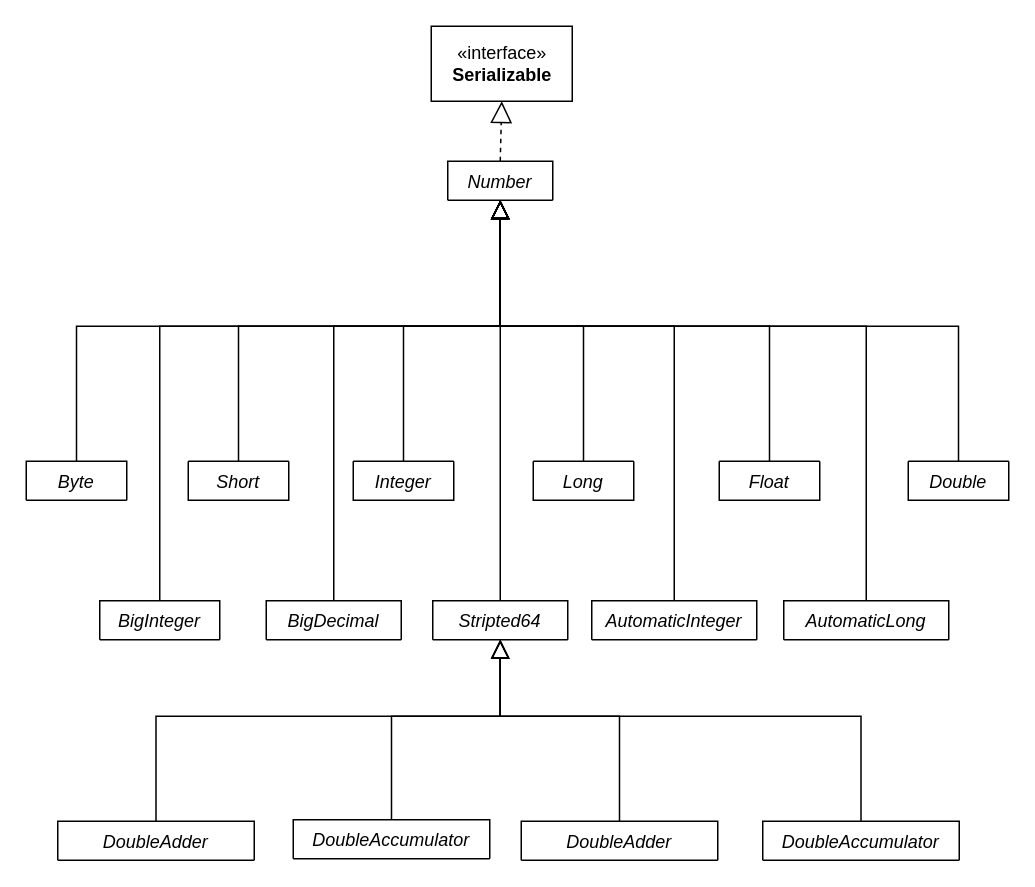
Earlier version of the draw.io diagram docs/assets/drawio/Numbers.drawio (konokol/frontend-skill-tree). Source tidied: cells renumbered, new cells numbered last; positions are measured from the earlier drawing's top-left corner, leaving out a move shared by most shapes. Both pictures are drawn from the tidied source at 150%, with x=0, y=0 at pixel (26, 26).
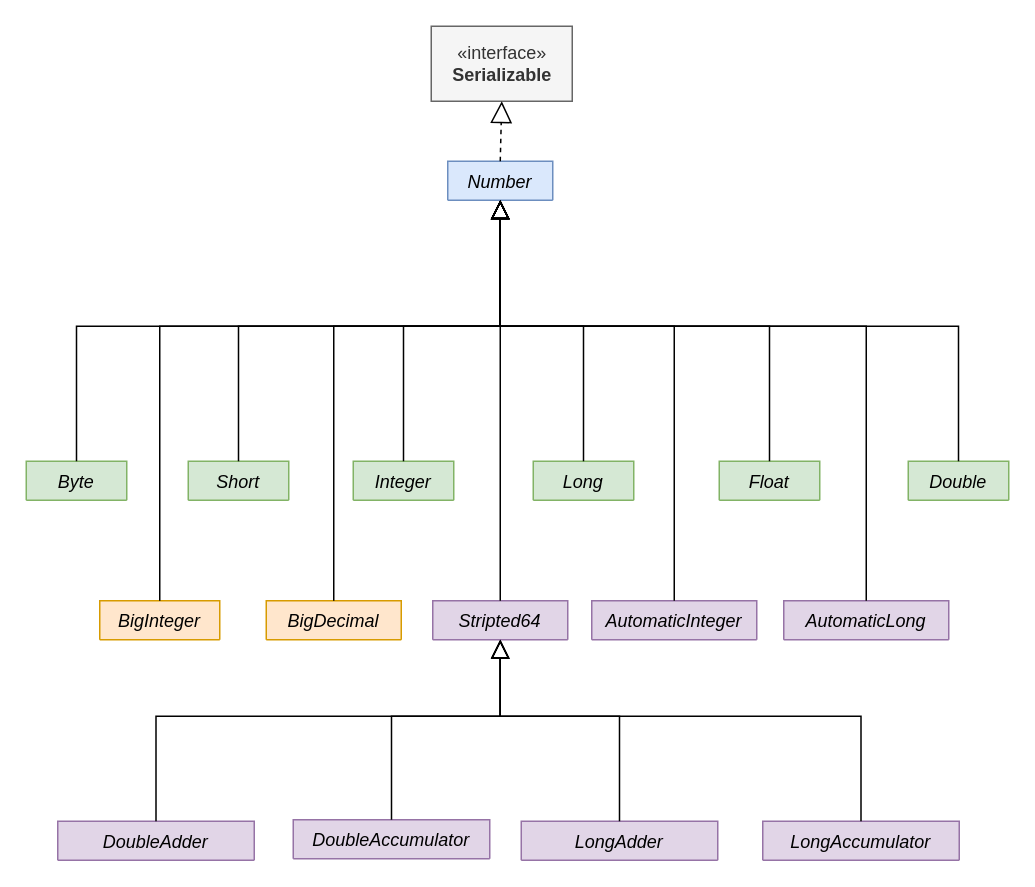
After the change.

What changed in the source:
```diff
@@
-    <mxCell id="2" value="Number" style="swimlane;fontStyle=2;align=center;verticalAlign=top;horizontal=1;startSize=30;rounded=0;shadow=0;strokeWidth=1;" parent="1" vertex="1" collapsed="1">
+    <mxCell id="2" value="Number" style="swimlane;fontStyle=2;align=center;verticalAlign=top;horizontal=1;startSize=30;rounded=0;shadow=0;strokeWidth=1;fillColor=#dae8fc;strokeColor=#6c8ebf;" parent="1" vertex="1" collapsed="1">
       <mxGeometry x="281" y="90" width="70" height="26" as="geometry" />
     </mxCell>
-    <mxCell id="3" value="Byte" style="swimlane;fontStyle=2;align=center;verticalAlign=top;horizontal=1;startSize=26;rounded=0;shadow=0;strokeWidth=1;" parent="1" vertex="1" collapsed="1">
+    <mxCell id="3" value="Byte" style="swimlane;fontStyle=2;align=center;verticalAlign=top;horizontal=1;startSize=26;rounded=0;shadow=0;strokeWidth=1;fillColor=#d5e8d4;strokeColor=#82b366;" parent="1" vertex="1" collapsed="1">
       <mxGeometry y="290" width="67" height="26" as="geometry" />
     </mxCell>
-    <mxCell id="4" value="Short" style="swimlane;fontStyle=2;align=center;verticalAlign=top;horizontal=1;startSize=0;rounded=0;shadow=0;strokeWidth=1;" parent="1" vertex="1" collapsed="1">
+    <mxCell id="4" value="Short" style="swimlane;fontStyle=2;align=center;verticalAlign=top;horizontal=1;startSize=26;rounded=0;shadow=0;strokeWidth=1;fillColor=#d5e8d4;strokeColor=#82b366;swimlaneLine=1;" parent="1" vertex="1" collapsed="1">
       <mxGeometry x="108" y="290" width="67" height="26" as="geometry" />
     </mxCell>
-    <mxCell id="5" value="Integer" style="swimlane;fontStyle=2;align=center;verticalAlign=top;horizontal=1;startSize=0;rounded=0;shadow=0;strokeWidth=1;" parent="1" vertex="1" collapsed="1">
+    <mxCell id="5" value="Integer" style="swimlane;fontStyle=2;align=center;verticalAlign=top;horizontal=1;startSize=26;rounded=0;shadow=0;strokeWidth=1;fillColor=#d5e8d4;strokeColor=#82b366;" parent="1" vertex="1" collapsed="1">
       <mxGeometry x="218" y="290" width="67" height="26" as="geometry" />
     </mxCell>
-    <mxCell id="6" value="Long" style="swimlane;fontStyle=2;align=center;verticalAlign=top;horizontal=1;startSize=0;rounded=0;shadow=0;strokeWidth=1;" parent="1" vertex="1" collapsed="1">
+    <mxCell id="6" value="Long" style="swimlane;fontStyle=2;align=center;verticalAlign=top;horizontal=1;startSize=26;rounded=0;shadow=0;strokeWidth=1;fillColor=#d5e8d4;strokeColor=#82b366;" parent="1" vertex="1" collapsed="1">
       <mxGeometry x="338" y="290" width="67" height="26" as="geometry" />
     </mxCell>
-    <mxCell id="7" value="Float" style="swimlane;fontStyle=2;align=center;verticalAlign=top;horizontal=1;startSize=0;rounded=0;shadow=0;strokeWidth=1;" parent="1" vertex="1" collapsed="1">
+    <mxCell id="7" value="Float" style="swimlane;fontStyle=2;align=center;verticalAlign=top;horizontal=1;startSize=26;rounded=0;shadow=0;strokeWidth=1;fillColor=#d5e8d4;strokeColor=#82b366;" parent="1" vertex="1" collapsed="1">
       <mxGeometry x="462" y="290" width="67" height="26" as="geometry" />
     </mxCell>
-    <mxCell id="8" value="Double" style="swimlane;fontStyle=2;align=center;verticalAlign=top;horizontal=1;startSize=0;rounded=0;shadow=0;strokeWidth=1;" parent="1" vertex="1" collapsed="1">
+    <mxCell id="8" value="Double" style="swimlane;fontStyle=2;align=center;verticalAlign=top;horizontal=1;startSize=26;rounded=0;shadow=0;strokeWidth=1;fillColor=#d5e8d4;strokeColor=#82b366;" parent="1" vertex="1" collapsed="1">
       <mxGeometry x="588" y="290" width="67" height="26" as="geometry" />
     </mxCell>
@@
-    <mxCell id="13" value="«interface»&lt;br&gt;&lt;b&gt;Serializable&lt;/b&gt;" style="html=1;" parent="1" vertex="1">
+    <mxCell id="13" value="«interface»&lt;br&gt;&lt;b&gt;Serializable&lt;/b&gt;" style="html=1;fillColor=#f5f5f5;fontColor=#333333;strokeColor=#666666;" parent="1" vertex="1">
       <mxGeometry x="270" width="94" height="50" as="geometry" />
     </mxCell>
@@
-    <mxCell id="15" value="BigInteger" style="swimlane;fontStyle=2;align=center;verticalAlign=top;horizontal=1;startSize=26;rounded=0;shadow=0;strokeWidth=1;" parent="1" vertex="1" collapsed="1">
+    <mxCell id="15" value="BigInteger" style="swimlane;fontStyle=2;align=center;verticalAlign=top;horizontal=1;startSize=26;rounded=0;shadow=0;strokeWidth=1;fillColor=#ffe6cc;strokeColor=#d79b00;" parent="1" vertex="1" collapsed="1">
       <mxGeometry x="49" y="383" width="80" height="26" as="geometry" />
     </mxCell>
-    <mxCell id="16" value="BigDecimal" style="swimlane;fontStyle=2;align=center;verticalAlign=top;horizontal=1;startSize=26;rounded=0;shadow=0;strokeWidth=1;" parent="1" vertex="1" collapsed="1">
+    <mxCell id="16" value="BigDecimal" style="swimlane;fontStyle=2;align=center;verticalAlign=top;horizontal=1;startSize=26;rounded=0;shadow=0;strokeWidth=1;fillColor=#ffe6cc;strokeColor=#d79b00;" parent="1" vertex="1" collapsed="1">
       <mxGeometry x="160" y="383" width="90" height="26" as="geometry" />
     </mxCell>
@@
-    <mxCell id="21" value="Stripted64" style="swimlane;fontStyle=2;align=center;verticalAlign=top;horizontal=1;startSize=26;rounded=0;shadow=0;strokeWidth=1;" parent="1" vertex="1" collapsed="1">
+    <mxCell id="21" value="Stripted64" style="swimlane;fontStyle=2;align=center;verticalAlign=top;horizontal=1;startSize=26;rounded=0;shadow=0;strokeWidth=1;fillColor=#e1d5e7;strokeColor=#9673a6;" parent="1" vertex="1" collapsed="1">
       <mxGeometry x="271" y="383" width="90" height="26" as="geometry" />
     </mxCell>
-    <mxCell id="22" value="AutomaticInteger" style="swimlane;fontStyle=2;align=center;verticalAlign=top;horizontal=1;startSize=26;rounded=0;shadow=0;strokeWidth=1;" parent="1" vertex="1" collapsed="1">
+    <mxCell id="22" value="AutomaticInteger" style="swimlane;fontStyle=2;align=center;verticalAlign=top;horizontal=1;startSize=26;rounded=0;shadow=0;strokeWidth=1;fillColor=#e1d5e7;strokeColor=#9673a6;" parent="1" vertex="1" collapsed="1">
       <mxGeometry x="377" y="383" width="110" height="26" as="geometry" />
     </mxCell>
-    <mxCell id="23" value="AutomaticLong" style="swimlane;fontStyle=2;align=center;verticalAlign=top;horizontal=1;startSize=26;rounded=0;shadow=0;strokeWidth=1;" parent="1" vertex="1" collapsed="1">
+    <mxCell id="23" value="AutomaticLong" style="swimlane;fontStyle=2;align=center;verticalAlign=top;horizontal=1;startSize=26;rounded=0;shadow=0;strokeWidth=1;fillColor=#e1d5e7;strokeColor=#9673a6;" parent="1" vertex="1" collapsed="1">
       <mxGeometry x="505" y="383" width="110" height="26" as="geometry" />
     </mxCell>
@@
-    <mxCell id="27" value="DoubleAdder" style="swimlane;fontStyle=2;align=center;verticalAlign=top;horizontal=1;startSize=26;rounded=0;shadow=0;strokeWidth=1;" parent="1" vertex="1" collapsed="1">
+    <mxCell id="27" value="DoubleAdder" style="swimlane;fontStyle=2;align=center;verticalAlign=top;horizontal=1;startSize=26;rounded=0;shadow=0;strokeWidth=1;fillColor=#e1d5e7;strokeColor=#9673a6;" parent="1" vertex="1" collapsed="1">
       <mxGeometry x="21" y="530" width="131" height="26" as="geometry" />
     </mxCell>
-    <mxCell id="28" value="DoubleAccumulator" style="swimlane;fontStyle=2;align=center;verticalAlign=top;horizontal=1;startSize=26;rounded=0;shadow=0;strokeWidth=1;" parent="1" vertex="1" collapsed="1">
+    <mxCell id="28" value="DoubleAccumulator" style="swimlane;fontStyle=2;align=center;verticalAlign=top;horizontal=1;startSize=26;rounded=0;shadow=0;strokeWidth=1;fillColor=#e1d5e7;strokeColor=#9673a6;" parent="1" vertex="1" collapsed="1">
       <mxGeometry x="178" y="529" width="131" height="26" as="geometry" />
     </mxCell>
-    <mxCell id="29" value="DoubleAdder" style="swimlane;fontStyle=2;align=center;verticalAlign=top;horizontal=1;startSize=26;rounded=0;shadow=0;strokeWidth=1;" parent="1" vertex="1" collapsed="1">
+    <mxCell id="29" value="LongAdder" style="swimlane;fontStyle=2;align=center;verticalAlign=top;horizontal=1;startSize=26;rounded=0;shadow=0;strokeWidth=1;fillColor=#e1d5e7;strokeColor=#9673a6;" parent="1" vertex="1" collapsed="1">
       <mxGeometry x="330" y="530" width="131" height="26" as="geometry" />
     </mxCell>
-    <mxCell id="30" value="DoubleAccumulator" style="swimlane;fontStyle=2;align=center;verticalAlign=top;horizontal=1;startSize=26;rounded=0;shadow=0;strokeWidth=1;" parent="1" vertex="1" collapsed="1">
+    <mxCell id="30" value="LongAccumulator" style="swimlane;fontStyle=2;align=center;verticalAlign=top;horizontal=1;startSize=26;rounded=0;shadow=0;strokeWidth=1;fillColor=#e1d5e7;strokeColor=#9673a6;" parent="1" vertex="1" collapsed="1">
       <mxGeometry x="491" y="530" width="131" height="26" as="geometry" />
     </mxCell>
```
